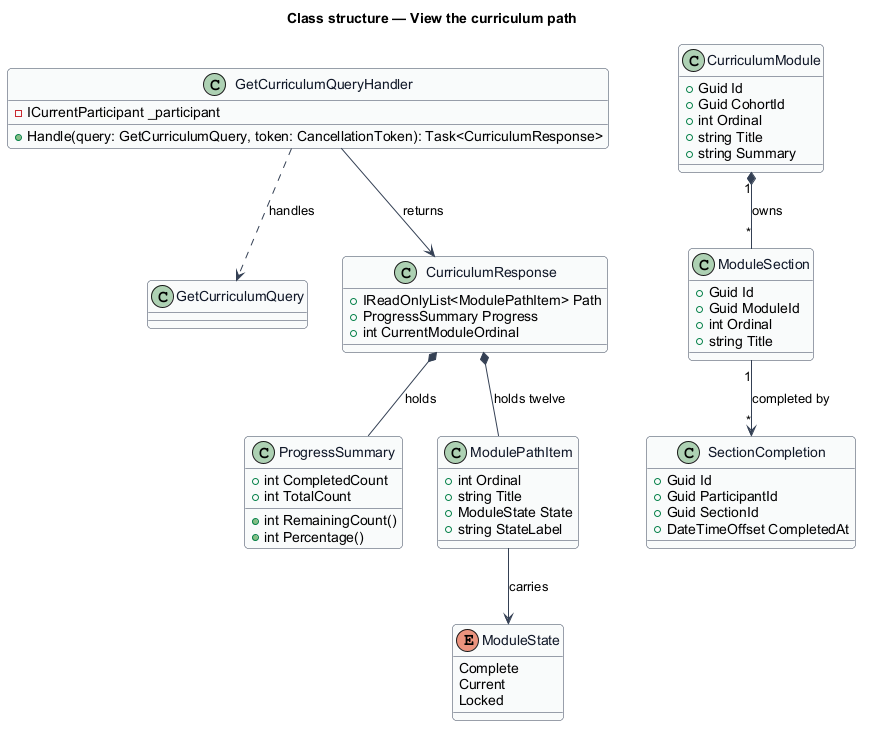
Earlier version of the PlantUML export docs/detailed-designs/curriculum/view-path/diagrams/class-structure.png (QuinntyneBrown/quinntyne-brown-stewardship).
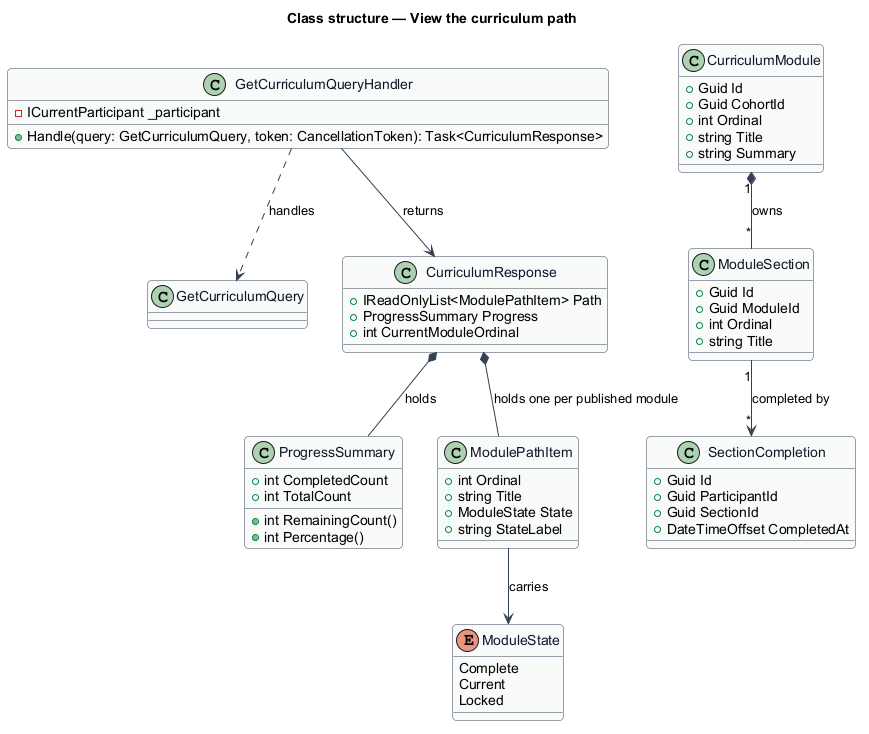
After the commit.

What changed in the source:
```diff
@@ -73,5 +73,5 @@
 GetCurriculumQueryHandler ..> GetCurriculumQuery : handles
 GetCurriculumQueryHandler --> CurriculumResponse : returns
 CurriculumResponse *-- ProgressSummary : holds
-CurriculumResponse *-- ModulePathItem : holds twelve
+CurriculumResponse *-- ModulePathItem : holds one per published module
 @enduml
```
